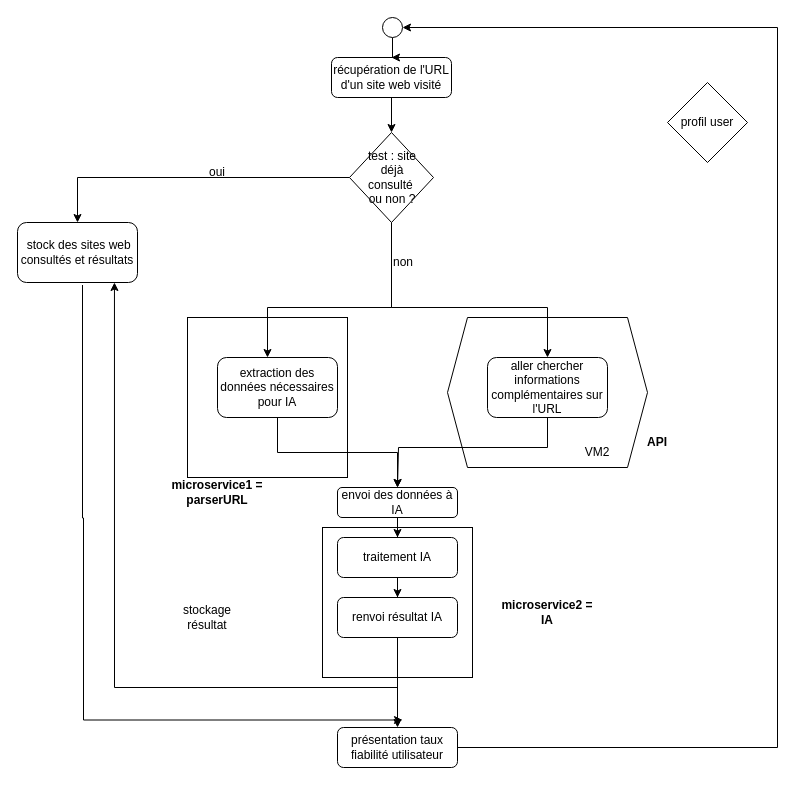
LizaZou/PickUpInfoURL keeps this draw.io diagram as page "Page-1" (1 of 2) of Diagramme sans nom.drawio. Above is the earlier version. Source tidied: cells renumbered, new cells numbered last; positions are measured from the earlier drawing's top-left corner, leaving out a move shared by most shapes. Both pictures are drawn from the tidied source at 100%, with x=0, y=0 at pixel (17, 17).
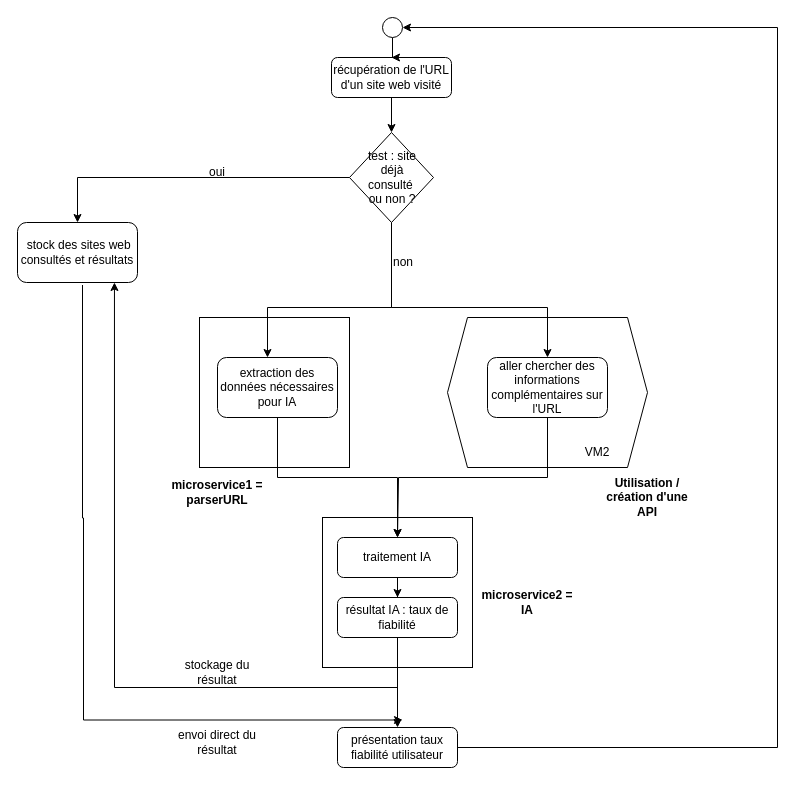
The same diagram, later.

Commit message:
Mettre à jour Diagramme sans nom.drawio

Unchanged cells that the change refers to:
```xml
<mxCell id="8" value="traitement IA" style="rounded=1;whiteSpace=wrap;html=1;fontSize=12;glass=0;strokeWidth=1;shadow=0;" parent="1" vertex="1">
  <mxGeometry x="320" y="520" width="120" height="40" as="geometry" />
</mxCell>
<mxCell id="12" value="extraction des données nécessaires pour IA" style="rounded=1;whiteSpace=wrap;html=1;fontSize=12;glass=0;strokeWidth=1;shadow=0;" parent="1" vertex="1">
  <mxGeometry x="200" y="340" width="120" height="60" as="geometry" />
</mxCell>
```

What changed in the source:
```diff
@@
     <mxCell id="2" style="whiteSpace=wrap;html=1;" parent="1" vertex="1">
-      <mxGeometry x="305" y="510" width="150" height="150" as="geometry" />
+      <mxGeometry x="305" y="500" width="150" height="150" as="geometry" />
     </mxCell>
     <mxCell id="3" style="whiteSpace=wrap;html=1;" parent="1" vertex="1">
-      <mxGeometry x="170" y="300" width="160" height="160" as="geometry" />
+      <mxGeometry x="182" y="300" width="150" height="150" as="geometry" />
     </mxCell>
@@
-    <mxCell id="9" style="edgeStyle=orthogonalEdgeStyle;rounded=0;jettySize=auto;html=1;" parent="1" edge="1" source="10" target="8">
-      <mxGeometry relative="1" as="geometry" />
-    </mxCell>
-    <mxCell id="10" value="envoi des données à IA" style="rounded=1;whiteSpace=wrap;html=1;fontSize=12;glass=0;strokeWidth=1;shadow=0;" parent="1" vertex="1">
-      <mxGeometry x="320" y="470" width="120" height="30" as="geometry" />
-    </mxCell>
-    <mxCell id="11" style="edgeStyle=orthogonalEdgeStyle;rounded=0;jettySize=auto;html=1;entryX=0.5;entryY=0;entryDx=0;entryDy=0;" parent="1" edge="1" source="12" target="10">
+    <mxCell id="11" style="edgeStyle=orthogonalEdgeStyle;rounded=0;jettySize=auto;html=1;entryX=0.5;entryY=0;entryDx=0;entryDy=0;" parent="1" edge="1" source="12" target="8">
       <mxGeometry relative="1" as="geometry" />
     </mxCell>
@@
-    <mxCell id="13" style="edgeStyle=orthogonalEdgeStyle;rounded=0;jettySize=auto;html=1;" parent="1" edge="1" source="14">
+    <mxCell id="13" style="edgeStyle=orthogonalEdgeStyle;rounded=0;jettySize=auto;html=1;entryX=0.5;entryY=0;entryDx=0;entryDy=0;" parent="1" edge="1" source="14" target="8">
       <mxGeometry relative="1" as="geometry">
-        <mxPoint x="380" y="470" as="targetPoint" />
         <Array as="points">
-          <mxPoint x="530" y="430" />
-          <mxPoint x="381" y="430" />
+          <mxPoint x="530" y="460" />
+          <mxPoint x="381" y="460" />
+          <mxPoint x="381" y="520" />
         </Array>
       </mxGeometry>
     </mxCell>
-    <mxCell id="14" value="aller chercher informations complémentaires sur l'URL" style="rounded=1;whiteSpace=wrap;html=1;fontSize=12;glass=0;strokeWidth=1;shadow=0;" parent="1" vertex="1">
+    <mxCell id="14" value="aller chercher des informations complémentaires sur l'URL" style="rounded=1;whiteSpace=wrap;html=1;fontSize=12;glass=0;strokeWidth=1;shadow=0;" parent="1" vertex="1">
       <mxGeometry x="470" y="340" width="120" height="60" as="geometry" />
     </mxCell>
@@
-    <mxCell id="16" value="renvoi résultat IA " style="rounded=1;whiteSpace=wrap;html=1;fontSize=12;glass=0;strokeWidth=1;shadow=0;" parent="1" vertex="1">
+    <mxCell id="16" value="résultat IA : taux de fiabilité" style="rounded=1;whiteSpace=wrap;html=1;fontSize=12;glass=0;strokeWidth=1;shadow=0;" parent="1" vertex="1">
       <mxGeometry x="320" y="580" width="120" height="40" as="geometry" />
     </mxCell>
@@
-    <mxCell id="24" style="rhombus;whiteSpace=wrap;html=1;" parent="1" vertex="1">
-      <mxGeometry x="650" y="65" width="80" height="80" as="geometry" />
-    </mxCell>
@@
     <mxCell id="26" value="&lt;b&gt;microservice2 = IA&lt;/b&gt;" style="text;html=1;align=center;verticalAlign=middle;whiteSpace=wrap;rounded=0;" parent="1" vertex="1">
-      <mxGeometry x="480" y="580" width="100" height="30" as="geometry" />
+      <mxGeometry x="460" y="570" width="100" height="30" as="geometry" />
     </mxCell>
@@
-    <mxCell id="31" value="&lt;b&gt;API&lt;/b&gt;" style="text;html=1;align=center;verticalAlign=middle;whiteSpace=wrap;rounded=0;" parent="1" vertex="1">
-      <mxGeometry x="590" y="410" width="100" height="30" as="geometry" />
+    <mxCell id="31" value="&lt;b&gt;Utilisation / création d'une API&lt;/b&gt;" style="text;html=1;align=center;verticalAlign=middle;whiteSpace=wrap;rounded=0;" parent="1" vertex="1">
+      <mxGeometry x="580" y="460" width="100" height="40" as="geometry" />
     </mxCell>
@@
-    <mxCell id="35" value="profil user" style="text;html=1;align=center;verticalAlign=middle;whiteSpace=wrap;rounded=0;" parent="1" vertex="1">
-      <mxGeometry x="660" y="90" width="60" height="30" as="geometry" />
-    </mxCell>
@@
-    <mxCell id="37" value="stockage résultat" style="text;html=1;align=center;verticalAlign=middle;whiteSpace=wrap;rounded=0;" parent="1" vertex="1">
-      <mxGeometry x="160" y="585" width="60" height="30" as="geometry" />
+    <mxCell id="37" value="stockage du résultat" style="text;html=1;align=center;verticalAlign=middle;whiteSpace=wrap;rounded=0;" parent="1" vertex="1">
+      <mxGeometry x="150" y="640" width="100" height="30" as="geometry" />
     </mxCell>
+    <mxCell id="38" value="envoi direct du résultat" style="text;html=1;align=center;verticalAlign=middle;whiteSpace=wrap;rounded=0;" parent="1" vertex="1">
+      <mxGeometry x="150" y="710" width="100" height="30" as="geometry" />
+    </mxCell>
```
